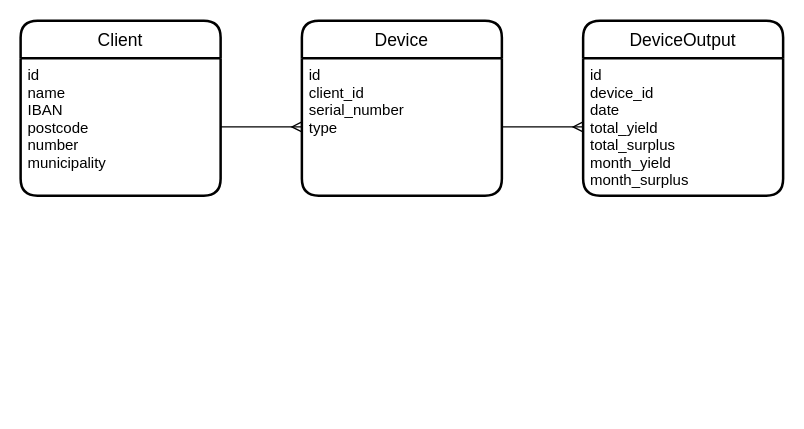
Above: page "Backend" (1 of 4) of documents/design/drawio.drawio in D-Eskes/educom-ecopowrrr (draw.io), before the change. Source tidied: cells renumbered, new cells numbered last; positions are measured from the earlier drawing's top-left corner, leaving out a move shared by most shapes. Both pictures are drawn from the tidied source at 125%, with x=0, y=0 at pixel (20, 20).
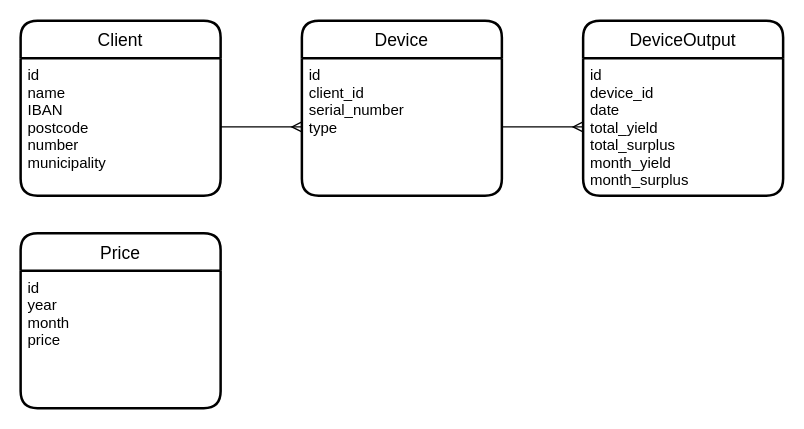
After the change.

Change to the diagram source:
```diff
@@
 <mxGraphModel>
   <root>
     <mxCell id="0" />
     <mxCell id="1" parent="0" />
     <mxCell id="2" value="Client" style="swimlane;horizontal=1;startSize=30;rounded=1;fontSize=14;fontStyle=0;strokeWidth=2;shadow=0;dashed=0;align=center;" parent="1" vertex="1">
       <mxGeometry width="160" height="140" as="geometry" />
     </mxCell>
     <mxCell id="3" value="id&#10;name&#10;IBAN&#10;postcode&#10;number&#10;municipality" style="align=left;strokeColor=none;fillColor=none;spacingLeft=4;fontSize=12;verticalAlign=top;" parent="2" vertex="1">
       <mxGeometry y="30" width="160" height="110" as="geometry" />
     </mxCell>
     <mxCell id="4" value="Device" style="swimlane;horizontal=1;startSize=30;rounded=1;fontSize=14;fontStyle=0;strokeWidth=2;shadow=0;dashed=0;align=center;" parent="1" vertex="1">
       <mxGeometry x="225" width="160" height="140" as="geometry" />
     </mxCell>
     <mxCell id="5" value="id&#10;client_id&#10;serial_number&#10;type&#10;&#10;" style="align=left;strokeColor=none;fillColor=none;spacingLeft=4;fontSize=12;verticalAlign=top;" parent="4" vertex="1">
       <mxGeometry y="30" width="160" height="110" as="geometry" />
     </mxCell>
     <mxCell id="6" value="DeviceOutput" style="swimlane;horizontal=1;startSize=30;rounded=1;fontSize=14;fontStyle=0;strokeWidth=2;shadow=0;dashed=0;align=center;" parent="1" vertex="1">
       <mxGeometry x="450" width="160" height="140" as="geometry" />
     </mxCell>
     <mxCell id="7" value="id&#10;device_id&#10;date&#10;total_yield&#10;total_surplus&#10;month_yield&#10;month_surplus&#10;" style="align=left;strokeColor=none;fillColor=none;spacingLeft=4;fontSize=12;verticalAlign=top;" parent="6" vertex="1">
       <mxGeometry y="30" width="160" height="110" as="geometry" />
     </mxCell>
     <mxCell id="8" style="edgeStyle=orthogonalEdgeStyle;rounded=0;jettySize=auto;html=1;exitX=1;exitY=0.5;exitDx=0;exitDy=0;entryX=0;entryY=0.5;entryDx=0;entryDy=0;endArrow=ERmany;endFill=0;" parent="1" edge="1" source="3" target="5">
       <mxGeometry relative="1" as="geometry" />
     </mxCell>
     <mxCell id="9" style="edgeStyle=orthogonalEdgeStyle;rounded=0;jettySize=auto;html=1;exitX=1;exitY=0.5;exitDx=0;exitDy=0;entryX=0;entryY=0.5;entryDx=0;entryDy=0;startArrow=none;startFill=0;endArrow=ERmany;endFill=0;" parent="1" edge="1" source="5" target="7">
       <mxGeometry relative="1" as="geometry" />
     </mxCell>
+    <mxCell id="10" value="Price" style="swimlane;horizontal=1;startSize=30;rounded=1;fontSize=14;fontStyle=0;strokeWidth=2;shadow=0;dashed=0;align=center;" parent="1" vertex="1">
+      <mxGeometry y="170" width="160" height="140" as="geometry" />
+    </mxCell>
+    <mxCell id="11" value="id&#10;year&#10;month&#10;price" style="align=left;strokeColor=none;fillColor=none;spacingLeft=4;fontSize=12;verticalAlign=top;" parent="10" vertex="1">
+      <mxGeometry y="30" width="160" height="110" as="geometry" />
+    </mxCell>
   </root>
 </mxGraphModel>
```
